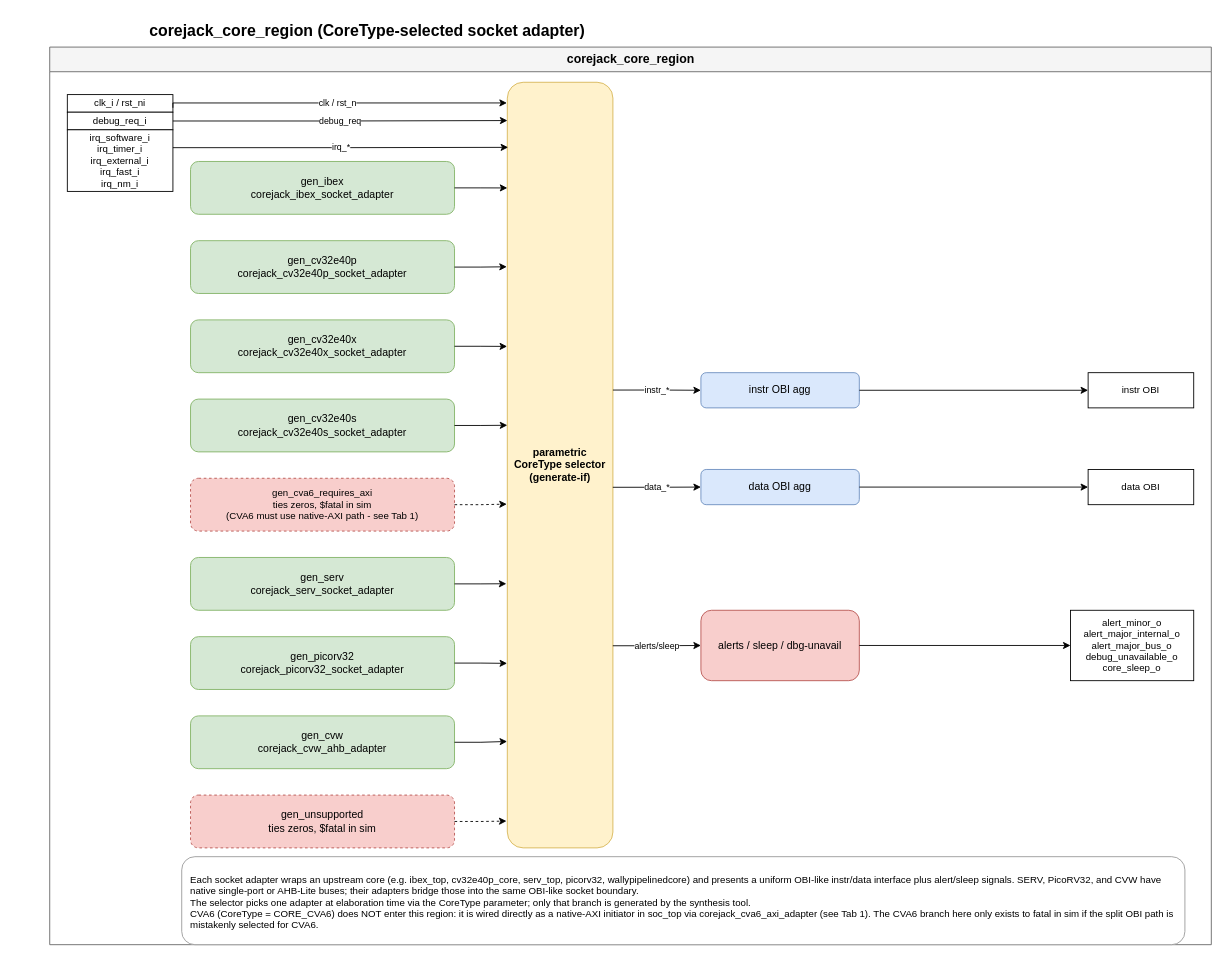
The draw.io diagram page "Core Region" (3 of 8) of docs/source/media/corejack_soc.drawio in patrickerich/corejack, before the edit. Source tidied: cells renumbered, new cells numbered last; positions are measured from the earlier drawing's top-left corner, leaving out a move shared by most shapes. Both pictures are drawn from the tidied source at 88%, with x=0, y=0 at pixel (15, 15).
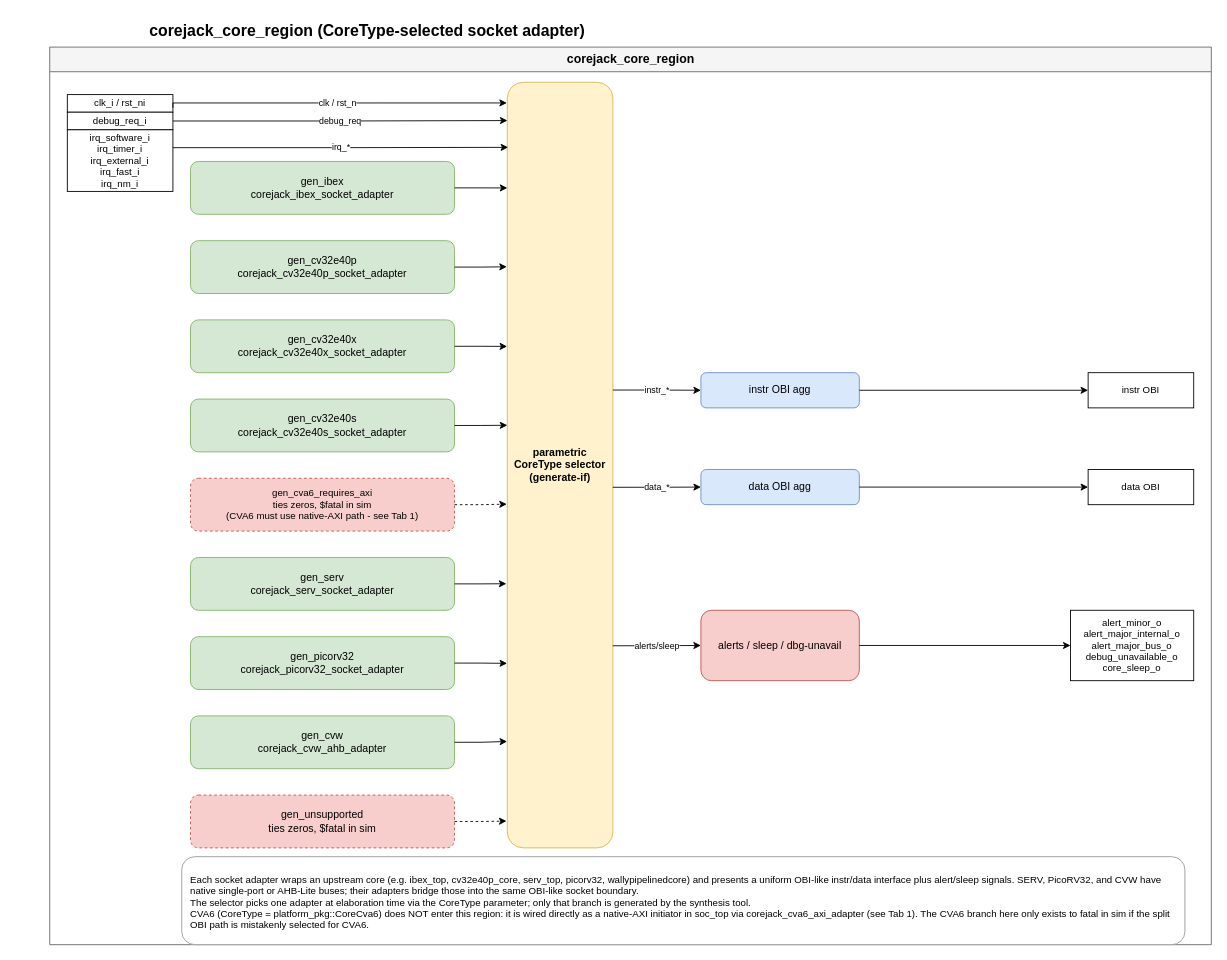
The same page after the edit.

Unchanged cells that the change refers to:
```xml
<mxCell id="3" value="corejack_core_region" style="swimlane;fontSize=14;fontStyle=1;html=1;startSize=28;fillColor=#F5F5F5;strokeColor=#666666;swimlaneFillColor=#FFFFFF;" parent="1" vertex="1">
  <mxGeometry x="39" y="36" width="1320" height="1020" as="geometry" />
</mxCell>
```

Change to the diagram source:
```diff
@@
-    <mxCell id="23" value="Each socket adapter wraps an upstream core (e.g. ibex_top, cv32e40p_core, serv_top, picorv32, wallypipelinedcore) and presents a uniform OBI-like instr/data interface plus alert/sleep signals. SERV, PicoRV32, and CVW have native single-port or AHB-Lite buses; their adapters bridge those into the same OBI-like socket boundary.&#10;The selector picks one adapter at elaboration time via the CoreType parameter; only that branch is generated by the synthesis tool.&#10;CVA6 (CoreType = CORE_CVA6) does NOT enter this region: it is wired directly as a native-AXI initiator in soc_top via corejack_cva6_axi_adapter (see Tab 1). The CVA6 branch here only exists to fatal in sim if the split OBI path is mistakenly selected for CVA6." style="rounded=1;whiteSpace=wrap;html=1;fillColor=#FFFFFF;strokeColor=#999999;fontSize=11;align=left;spacingLeft=8;spacingTop=4;" parent="3" vertex="1">
+    <mxCell id="23" value="Each socket adapter wraps an upstream core (e.g. ibex_top, cv32e40p_core, serv_top, picorv32, wallypipelinedcore) and presents a uniform OBI-like instr/data interface plus alert/sleep signals. SERV, PicoRV32, and CVW have native single-port or AHB-Lite buses; their adapters bridge those into the same OBI-like socket boundary.&#10;The selector picks one adapter at elaboration time via the CoreType parameter; only that branch is generated by the synthesis tool.&#10;CVA6 (CoreType = platform_pkg::CoreCva6) does NOT enter this region: it is wired directly as a native-AXI initiator in soc_top via corejack_cva6_axi_adapter (see Tab 1). The CVA6 branch here only exists to fatal in sim if the split OBI path is mistakenly selected for CVA6." style="rounded=1;whiteSpace=wrap;html=1;fillColor=#FFFFFF;strokeColor=#999999;fontSize=11;align=left;spacingLeft=8;spacingTop=4;" parent="3" vertex="1">
       <mxGeometry x="150" y="920" width="1140" height="100" as="geometry" />
     </mxCell>
```
